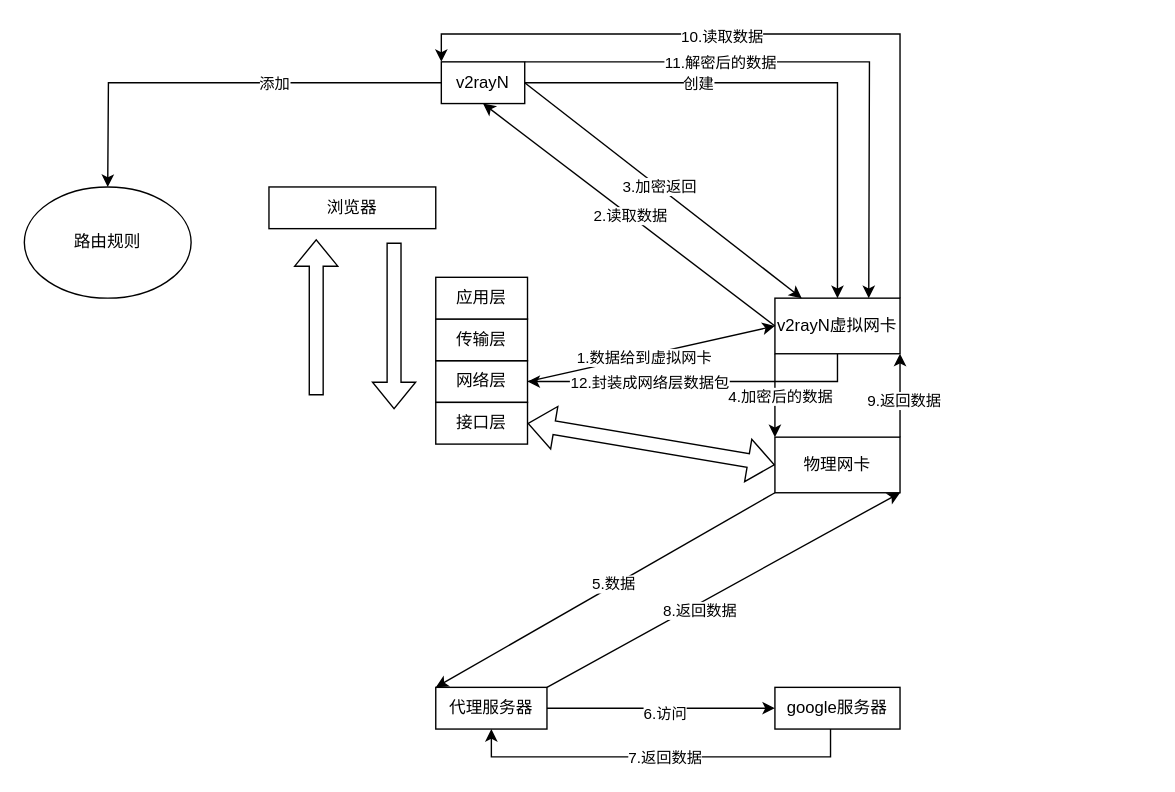
Above: 0.学习笔记/a03.计算机网络/Resource/drawio/Tun模式.drawio in mowang111/personal_knowledge_repository (draw.io), before the change. Source tidied: cells renumbered, new cells numbered last; positions are measured from the earlier drawing's top-left corner, leaving out a move shared by most shapes. Both pictures are drawn from the tidied source at 139%, with x=0, y=0 at pixel (24, 33).
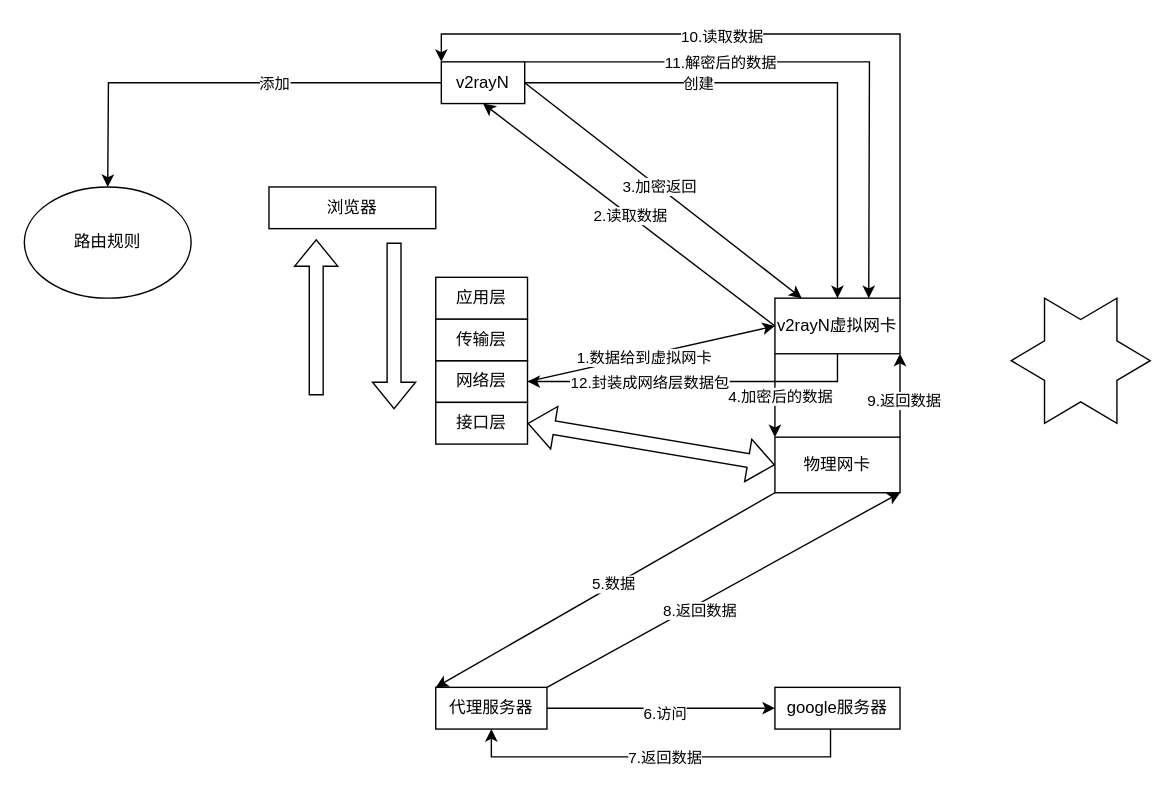
The same diagram, later.

Commit message:
vault backup: 2024-01-18 13:08:09

Diff of the diagram source:
```diff
@@
+    <mxCell id="44" style="verticalLabelPosition=bottom;verticalAlign=top;html=1;shape=mxgraph.basic.6_point_star;" parent="1" vertex="1">
+      <mxGeometry x="710" y="190" width="100" height="90" as="geometry" />
+    </mxCell>
```
